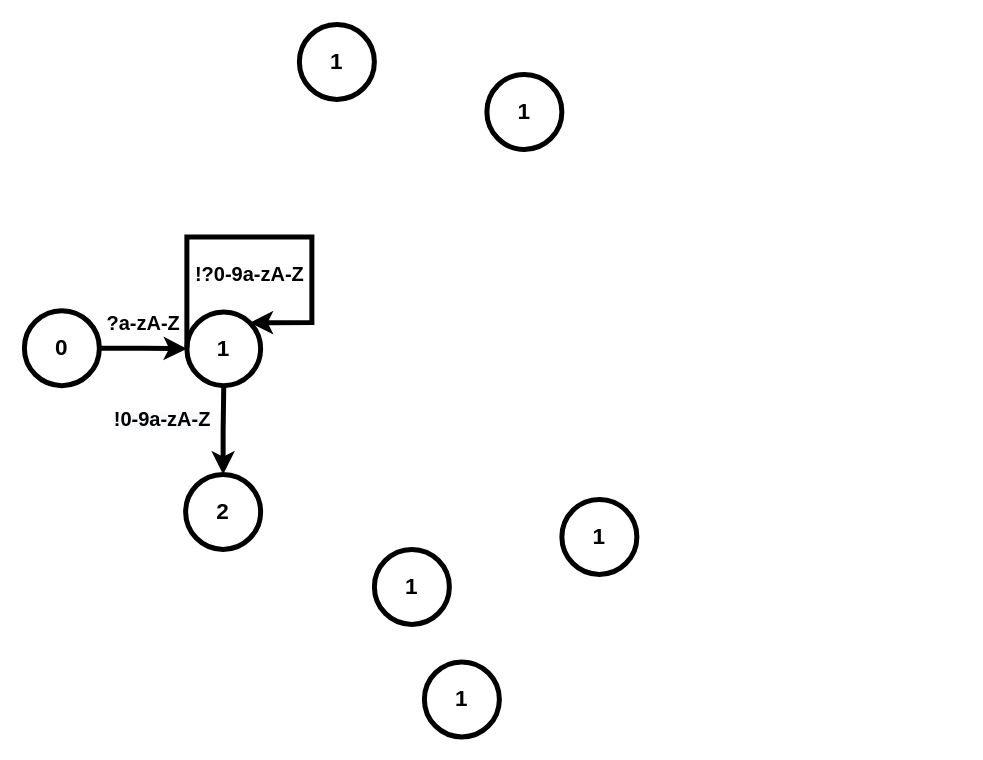
The draw.io diagram Untitled Diagram.drawio in nikit34/lab_sp5, before the edit. Source tidied: cells renumbered, new cells numbered last; positions are measured from the earlier drawing's top-left corner, leaving out a move shared by most shapes. Both pictures are drawn from the tidied source at 125%, with x=0, y=0 at pixel (24, 24).
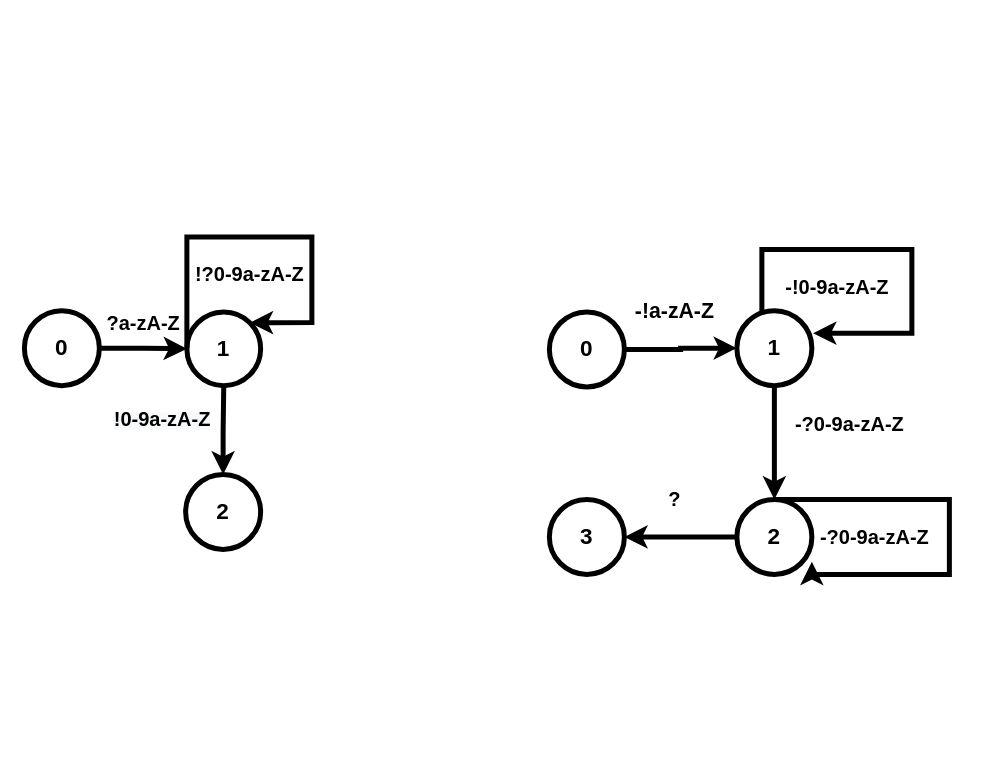
The same diagram, later.

The edit, as a diff of the source:
```diff
@@
+    <mxCell id="16" style="edgeStyle=orthogonalEdgeStyle;rounded=0;jettySize=auto;html=1;entryX=0.5;entryY=0;entryDx=0;entryDy=0;strokeWidth=4;" parent="1" edge="1" source="5" target="10">
+      <mxGeometry relative="1" as="geometry" />
+    </mxCell>
     <mxCell id="5" value="&lt;font style=&quot;font-size: 18px&quot;&gt;&lt;b&gt;1&lt;/b&gt;&lt;/font&gt;" style="ellipse;whiteSpace=wrap;html=1;strokeWidth=4;" parent="1" vertex="1">
-      <mxGeometry x="430" y="380" width="60" height="60" as="geometry" />
+      <mxGeometry x="570" y="229" width="60" height="60" as="geometry" />
     </mxCell>
-    <mxCell id="6" value="&lt;font style=&quot;font-size: 18px&quot;&gt;&lt;b&gt;1&lt;/b&gt;&lt;/font&gt;" style="ellipse;whiteSpace=wrap;html=1;strokeWidth=4;" parent="1" vertex="1">
-      <mxGeometry x="320" y="510" width="60" height="60" as="geometry" />
+    <mxCell id="6" value="&lt;font style=&quot;font-size: 18px&quot;&gt;&lt;b&gt;3&lt;/b&gt;&lt;/font&gt;" style="ellipse;whiteSpace=wrap;html=1;strokeWidth=4;" parent="1" vertex="1">
+      <mxGeometry x="420" y="380" width="60" height="60" as="geometry" />
     </mxCell>
+    <mxCell id="17" style="edgeStyle=orthogonalEdgeStyle;rounded=0;jettySize=auto;html=1;entryX=0;entryY=0.5;entryDx=0;entryDy=0;strokeWidth=4;" parent="1" edge="1" source="7" target="5">
+      <mxGeometry relative="1" as="geometry" />
+    </mxCell>
-    <mxCell id="7" value="&lt;font style=&quot;font-size: 18px&quot;&gt;&lt;b&gt;1&lt;/b&gt;&lt;/font&gt;" style="ellipse;whiteSpace=wrap;html=1;strokeWidth=4;" parent="1" vertex="1">
-      <mxGeometry x="280" y="420" width="60" height="60" as="geometry" />
+    <mxCell id="7" value="&lt;font style=&quot;font-size: 18px&quot;&gt;&lt;b&gt;0&lt;/b&gt;&lt;/font&gt;" style="ellipse;whiteSpace=wrap;html=1;strokeWidth=4;" parent="1" vertex="1">
+      <mxGeometry x="420" y="230" width="60" height="60" as="geometry" />
     </mxCell>
@@
+    <mxCell id="18" style="edgeStyle=orthogonalEdgeStyle;rounded=0;jettySize=auto;html=1;exitX=0;exitY=0.5;exitDx=0;exitDy=0;entryX=1;entryY=0.5;entryDx=0;entryDy=0;strokeWidth=4;" parent="1" edge="1" source="10" target="6">
+      <mxGeometry relative="1" as="geometry" />
+    </mxCell>
-    <mxCell id="10" value="&lt;font style=&quot;font-size: 18px&quot;&gt;&lt;b&gt;1&lt;/b&gt;&lt;/font&gt;" style="ellipse;whiteSpace=wrap;html=1;strokeWidth=4;" parent="1" vertex="1">
-      <mxGeometry x="370" y="40" width="60" height="60" as="geometry" />
+    <mxCell id="10" value="&lt;font style=&quot;font-size: 18px&quot;&gt;&lt;b&gt;2&lt;/b&gt;&lt;/font&gt;" style="ellipse;whiteSpace=wrap;html=1;strokeWidth=4;" parent="1" vertex="1">
+      <mxGeometry x="570" y="380" width="60" height="60" as="geometry" />
     </mxCell>
-    <mxCell id="11" value="&lt;font style=&quot;font-size: 18px&quot;&gt;&lt;b&gt;1&lt;/b&gt;&lt;/font&gt;" style="ellipse;whiteSpace=wrap;html=1;strokeWidth=4;" parent="1" vertex="1">
-      <mxGeometry x="220" width="60" height="60" as="geometry" />
-    </mxCell>
@@
+    <mxCell id="19" value="&lt;font style=&quot;font-size: 17px&quot;&gt;&lt;b&gt;-!a-zA-Z&lt;/b&gt;&lt;/font&gt;" style="text;html=1;align=center;verticalAlign=middle;" parent="1" vertex="1">
+      <mxGeometry x="480" y="220" width="80" height="20" as="geometry" />
+    </mxCell>
+    <mxCell id="20" style="edgeStyle=orthogonalEdgeStyle;rounded=0;orthogonalLoop=1;jettySize=auto;html=1;entryX=1.017;entryY=0.3;entryDx=0;entryDy=0;entryPerimeter=0;strokeWidth=4;" parent="1" edge="1" source="5" target="5">
+      <mxGeometry relative="1" as="geometry">
+        <Array as="points">
+          <mxPoint x="590" y="180" />
+          <mxPoint x="710" y="180" />
+          <mxPoint x="710" y="247" />
+        </Array>
+      </mxGeometry>
+    </mxCell>
+    <mxCell id="21" value="&lt;b&gt;&lt;font style=&quot;font-size: 16px&quot;&gt;-!0-9a-zA-Z&lt;/font&gt;&lt;/b&gt;" style="text;html=1;align=center;verticalAlign=middle;" parent="1" vertex="1">
+      <mxGeometry x="600" y="200" width="100" height="20" as="geometry" />
+    </mxCell>
+    <mxCell id="22" value="&lt;b&gt;&lt;font style=&quot;font-size: 16px&quot;&gt;-?0-9a-zA-Z&lt;/font&gt;&lt;/b&gt;" style="text;html=1;align=center;verticalAlign=middle;" parent="1" vertex="1">
+      <mxGeometry x="610" y="310" width="100" height="20" as="geometry" />
+    </mxCell>
+    <mxCell id="23" value="&lt;font style=&quot;font-size: 16px&quot;&gt;&lt;b&gt;?&lt;/b&gt;&lt;/font&gt;" style="text;html=1;align=center;verticalAlign=middle;" parent="1" vertex="1">
+      <mxGeometry x="505" y="370" width="30" height="20" as="geometry" />
+    </mxCell>
+    <mxCell id="24" style="edgeStyle=orthogonalEdgeStyle;rounded=0;orthogonalLoop=1;jettySize=auto;html=1;entryX=1;entryY=0.833;entryDx=0;entryDy=0;entryPerimeter=0;strokeWidth=4;" parent="1" edge="1" source="10" target="10">
+      <mxGeometry relative="1" as="geometry">
+        <Array as="points">
+          <mxPoint x="740" y="380" />
+          <mxPoint x="740" y="440" />
+          <mxPoint x="630" y="440" />
+        </Array>
+      </mxGeometry>
+    </mxCell>
+    <mxCell id="25" value="&lt;b&gt;&lt;font style=&quot;font-size: 16px&quot;&gt;-?0-9a-zA-Z&lt;/font&gt;&lt;/b&gt;" style="text;html=1;align=center;verticalAlign=middle;" parent="1" vertex="1">
+      <mxGeometry x="630" y="400" width="100" height="20" as="geometry" />
+    </mxCell>
```
